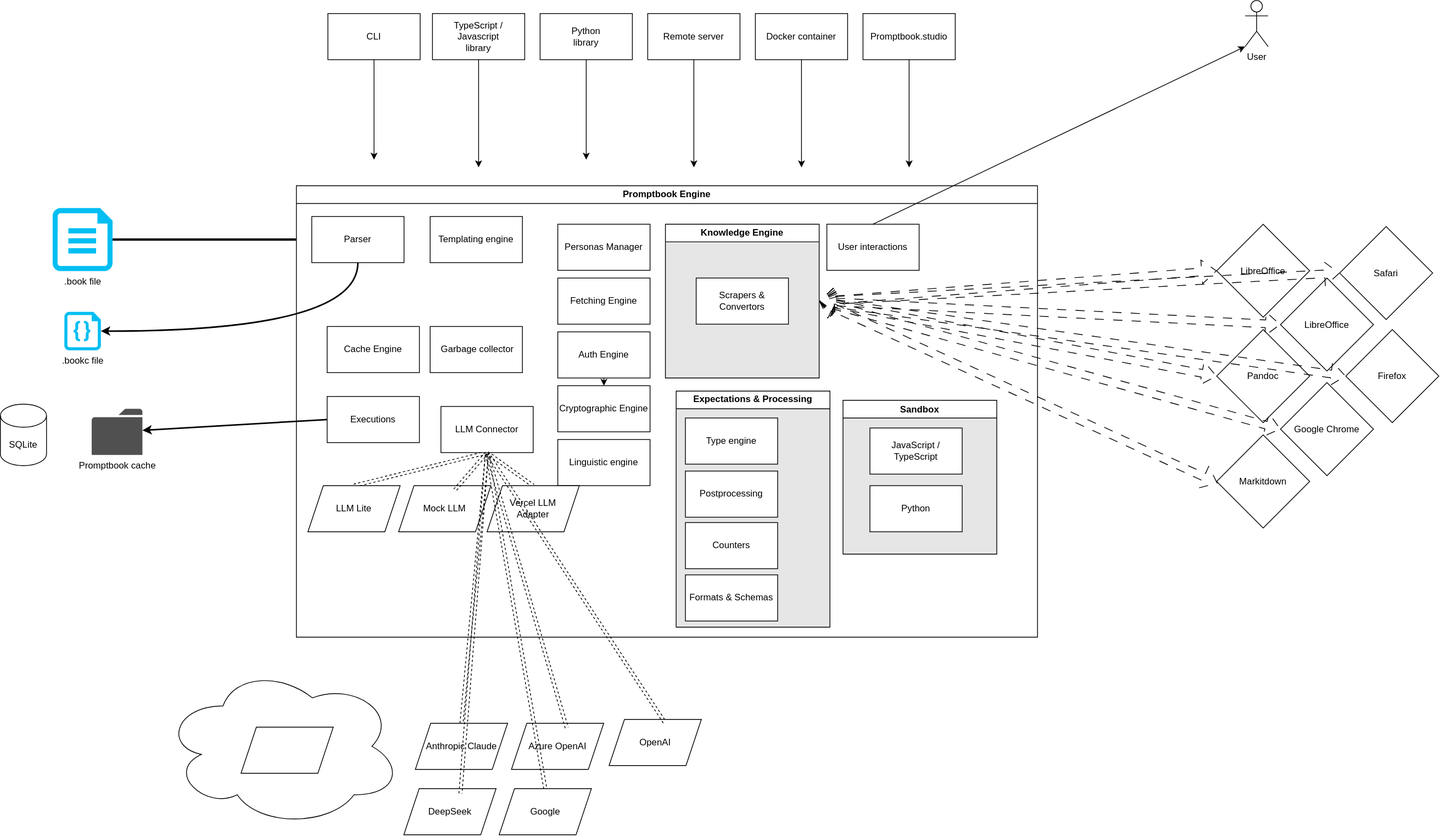
This is documents/promptbook-engine.svg from webgptorg/promptbook, a draw.io export, as it was before one commit. Source tidied: cells renumbered, new cells last; positions are measured from the earlier drawing's top-left corner, leaving out a move shared by most shapes.
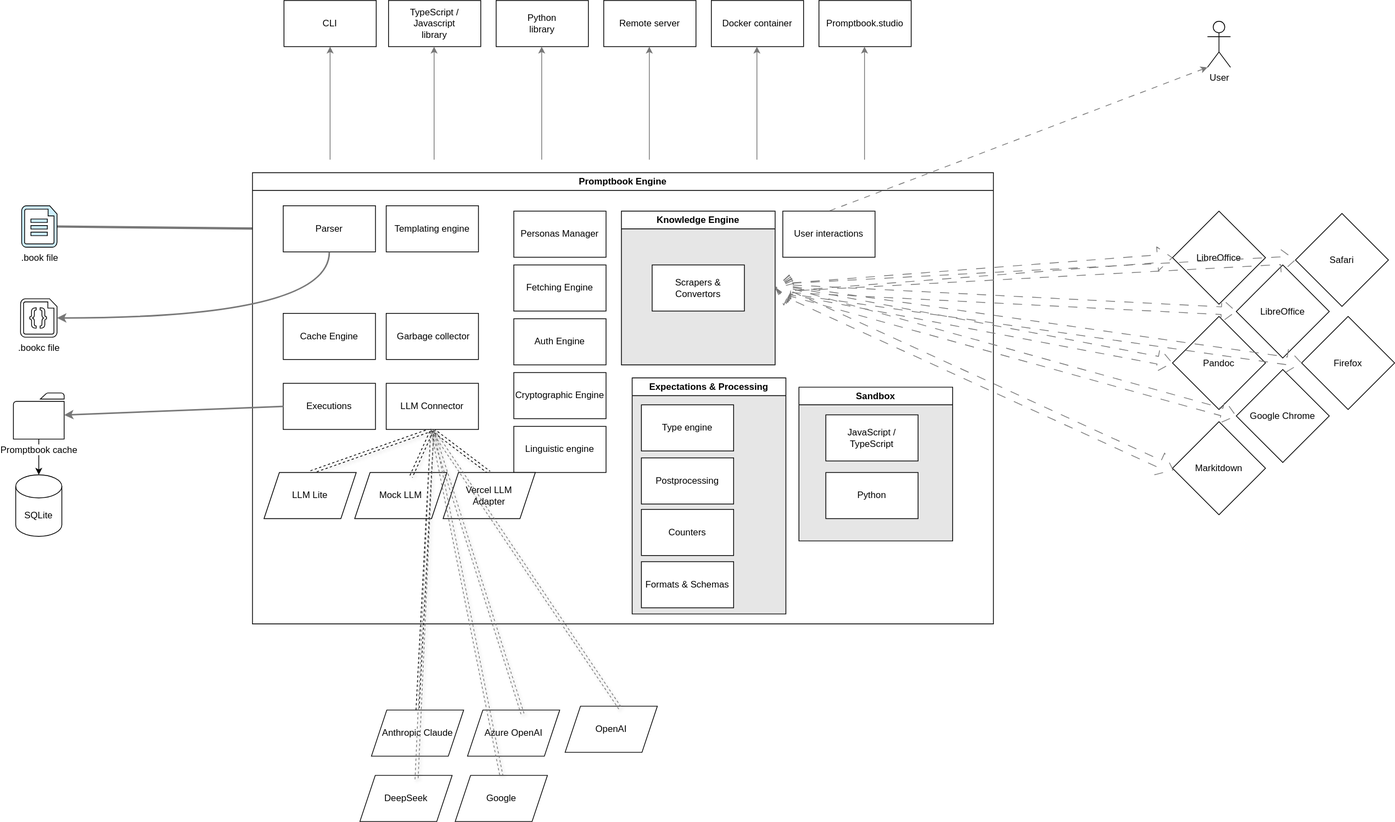
The same diagram one commit later.

Commit message:
Better engine diagram

Change to the diagram source:
```diff
@@ -4,16 +4,19 @@
     <mxCell id="1" parent="0" />
-    <mxCell id="2" value=".bookc file" style="verticalLabelPosition=bottom;html=1;verticalAlign=top;align=center;strokeColor=none;fillColor=#00BEF2;shape=mxgraph.azure.code_file;" parent="1" vertex="1">
+    <mxCell id="2" value=".bookc file" style="verticalLabelPosition=bottom;html=1;verticalAlign=top;align=center;shape=mxgraph.azure.code_file;strokeColor=default;fillColor=#FFFFFF;labelBackgroundColor=default;" parent="1" vertex="1">
       <mxGeometry x="83.2" y="405" width="47.5" height="50" as="geometry" />
     </mxCell>
-    <mxCell id="3" style="edgeStyle=none;html=1;exitX=1;exitY=0.5;exitDx=0;exitDy=0;exitPerimeter=0;entryX=0;entryY=0.5;entryDx=0;entryDy=0;strokeWidth=3;" parent="1" edge="1" source="4" target="8">
+    <mxCell id="3" style="edgeStyle=none;html=1;exitX=1;exitY=0.5;exitDx=0;exitDy=0;exitPerimeter=0;entryX=0;entryY=0.5;entryDx=0;entryDy=0;strokeWidth=3;strokeColor=#777777;" parent="1" edge="1" source="4" target="8">
       <mxGeometry relative="1" as="geometry" />
     </mxCell>
-    <mxCell id="4" value=".book file" style="verticalLabelPosition=bottom;html=1;verticalAlign=top;align=center;strokeColor=none;fillColor=#00BEF2;shape=mxgraph.azure.cloud_services_configuration_file;" parent="1" vertex="1">
-      <mxGeometry x="68" y="270" width="77.9" height="82" as="geometry" />
+    <mxCell id="4" value=".book file" style="verticalLabelPosition=bottom;html=1;verticalAlign=top;align=center;strokeColor=#000000;fillColor=#CEF0FF;shape=mxgraph.azure.cloud_services_configuration_file;labelBackgroundColor=default;" parent="1" vertex="1">
+      <mxGeometry x="84.7" y="284" width="46" height="54" as="geometry" />
     </mxCell>
+    <mxCell id="79" style="edgeStyle=none;html=1;labelBackgroundColor=default;" parent="1" edge="1" source="5" target="6">
+      <mxGeometry relative="1" as="geometry" />
+    </mxCell>
-    <mxCell id="5" value="Promptbook cache" style="shadow=0;dashed=0;html=1;strokeColor=none;fillColor=#505050;labelPosition=center;verticalLabelPosition=bottom;verticalAlign=top;outlineConnect=0;align=center;shape=mxgraph.office.concepts.folder;" parent="1" vertex="1">
-      <mxGeometry x="118.8" y="531" width="66" height="60" as="geometry" />
+    <mxCell id="5" value="Promptbook cache" style="shadow=0;dashed=0;html=1;strokeColor=default;fillColor=default;labelPosition=center;verticalLabelPosition=bottom;verticalAlign=top;outlineConnect=0;align=center;shape=mxgraph.office.concepts.folder;labelBackgroundColor=default;" parent="1" vertex="1">
+      <mxGeometry x="73.9" y="527.5" width="66" height="60" as="geometry" />
     </mxCell>
-    <mxCell id="6" value="SQLite" style="shape=cylinder3;whiteSpace=wrap;html=1;boundedLbl=1;backgroundOutline=1;size=15;" parent="1" vertex="1">
-      <mxGeometry y="525" width="60" height="80" as="geometry" />
+    <mxCell id="6" value="SQLite" style="shape=cylinder3;whiteSpace=wrap;html=1;boundedLbl=1;backgroundOutline=1;size=15;labelBackgroundColor=default;" parent="1" vertex="1">
+      <mxGeometry x="77" y="634" width="60" height="80" as="geometry" />
     </mxCell>
@@ -23,8 +26,8 @@
     <mxCell id="8" value="Parser" style="rounded=0;whiteSpace=wrap;html=1;" parent="7" vertex="1">
-      <mxGeometry x="20" y="40" width="120" height="60" as="geometry" />
+      <mxGeometry x="40" y="43" width="120" height="60" as="geometry" />
     </mxCell>
-    <mxCell id="9" style="html=1;exitX=0.5;exitY=1;exitDx=0;exitDy=0;entryX=0.5;entryY=0;entryDx=0;entryDy=0;dashed=1;shape=link;" parent="7" edge="1" source="11" target="27">
+    <mxCell id="9" style="html=1;exitX=0.5;exitY=1;exitDx=0;exitDy=0;entryX=0.5;entryY=0;entryDx=0;entryDy=0;dashed=1;shape=link;flowAnimation=1;shadow=1;" parent="7" edge="1" source="11" target="27">
       <mxGeometry relative="1" as="geometry" />
     </mxCell>
-    <mxCell id="10" style="html=1;exitX=0.5;exitY=1;exitDx=0;exitDy=0;entryX=0.5;entryY=0;entryDx=0;entryDy=0;dashed=1;shape=link;" parent="7" edge="1" source="11" target="29">
+    <mxCell id="10" style="html=1;exitX=0.5;exitY=1;exitDx=0;exitDy=0;entryX=0.5;entryY=0;entryDx=0;entryDy=0;dashed=1;shape=link;flowAnimation=1;shadow=1;" parent="7" edge="1" source="11" target="29">
       <mxGeometry relative="1" as="geometry" />
@@ -32,3 +35,3 @@
     <mxCell id="11" value="LLM Connector" style="rounded=0;whiteSpace=wrap;html=1;" parent="7" vertex="1">
-      <mxGeometry x="188" y="287" width="120" height="60" as="geometry" />
+      <mxGeometry x="174" y="274" width="120" height="60" as="geometry" />
     </mxCell>
@@ -37,3 +40,3 @@
     </mxCell>
-    <mxCell id="13" value="Scrapers &amp;amp; Convertors" style="rounded=0;whiteSpace=wrap;html=1;" parent="12" vertex="1">
+    <mxCell id="13" value="Scrapers &amp;amp; Convertors" style="rounded=0;whiteSpace=wrap;html=1;labelBackgroundColor=none;" parent="12" vertex="1">
       <mxGeometry x="40" y="70" width="120" height="60" as="geometry" />
@@ -46,5 +49,2 @@
     </mxCell>
-    <mxCell id="16" style="edgeStyle=none;html=1;" parent="7" edge="1" source="17" target="18">
-      <mxGeometry relative="1" as="geometry" />
-    </mxCell>
     <mxCell id="17" value="Auth Engine" style="rounded=0;whiteSpace=wrap;html=1;" parent="7" vertex="1">
@@ -65,3 +65,3 @@
     <mxCell id="22" value="Templating engine" style="rounded=0;whiteSpace=wrap;html=1;" parent="7" vertex="1">
-      <mxGeometry x="174" y="40" width="120" height="60" as="geometry" />
+      <mxGeometry x="174" y="43" width="120" height="60" as="geometry" />
     </mxCell>
@@ -106,3 +106,3 @@
     </mxCell>
-    <mxCell id="36" style="html=1;exitX=0.5;exitY=1;exitDx=0;exitDy=0;entryX=0.61;entryY=0.095;entryDx=0;entryDy=0;entryPerimeter=0;dashed=1;shape=link;" parent="7" edge="1" source="11" target="28">
+    <mxCell id="36" style="html=1;exitX=0.5;exitY=1;exitDx=0;exitDy=0;entryX=0.61;entryY=0.095;entryDx=0;entryDy=0;entryPerimeter=0;dashed=1;shape=link;flowAnimation=1;shadow=1;" parent="7" edge="1" source="11" target="28">
       <mxGeometry relative="1" as="geometry" />
@@ -112,8 +112,2 @@
     </mxCell>
-    <mxCell id="38" style="ellipse;shape=cloud;whiteSpace=wrap;html=1;" parent="1" vertex="1">
-      <mxGeometry x="212" y="865" width="310" height="210" as="geometry" />
-    </mxCell>
-    <mxCell id="39" style="shape=parallelogram;perimeter=parallelogramPerimeter;whiteSpace=wrap;html=1;fixedSize=1;" parent="1" vertex="1">
-      <mxGeometry x="313" y="945" width="120" height="60" as="geometry" />
-    </mxCell>
     <mxCell id="40" value="LibreOffice" style="rhombus;whiteSpace=wrap;html=1;" parent="1" vertex="1">
@@ -121,7 +115,2 @@
     </mxCell>
-    <mxCell id="41" style="edgeStyle=none;html=1;" parent="1" edge="1" source="42">
-      <mxGeometry relative="1" as="geometry">
-        <mxPoint x="622" y="217" as="targetPoint" />
-      </mxGeometry>
-    </mxCell>
     <mxCell id="42" value="TypeScript /&lt;br&gt;Javascript&lt;br&gt;library" style="rounded=0;whiteSpace=wrap;html=1;" parent="1" vertex="1">
@@ -129,7 +118,2 @@
     </mxCell>
-    <mxCell id="43" style="edgeStyle=none;html=1;exitX=0.5;exitY=1;exitDx=0;exitDy=0;" parent="1" edge="1" source="44">
-      <mxGeometry relative="1" as="geometry">
-        <mxPoint x="762" y="207" as="targetPoint" />
-      </mxGeometry>
-    </mxCell>
     <mxCell id="44" value="Python&lt;br&gt;library" style="rounded=0;whiteSpace=wrap;html=1;" parent="1" vertex="1">
@@ -137,7 +121,2 @@
     </mxCell>
-    <mxCell id="45" style="edgeStyle=none;html=1;exitX=0.5;exitY=1;exitDx=0;exitDy=0;" parent="1" edge="1" source="46">
-      <mxGeometry relative="1" as="geometry">
-        <mxPoint x="902" y="217" as="targetPoint" />
-      </mxGeometry>
-    </mxCell>
     <mxCell id="46" value="Remote server" style="rounded=0;whiteSpace=wrap;html=1;" parent="1" vertex="1">
@@ -145,7 +124,2 @@
     </mxCell>
-    <mxCell id="47" style="edgeStyle=none;html=1;exitX=0.5;exitY=1;exitDx=0;exitDy=0;" parent="1" edge="1" source="48">
-      <mxGeometry relative="1" as="geometry">
-        <mxPoint x="1042" y="217" as="targetPoint" />
-      </mxGeometry>
-    </mxCell>
     <mxCell id="48" value="Docker container" style="rounded=0;whiteSpace=wrap;html=1;" parent="1" vertex="1">
@@ -153,7 +127,2 @@
     </mxCell>
-    <mxCell id="49" style="edgeStyle=none;html=1;exitX=0.5;exitY=1;exitDx=0;exitDy=0;" parent="1" edge="1" source="50">
-      <mxGeometry relative="1" as="geometry">
-        <mxPoint x="1182" y="217" as="targetPoint" />
-      </mxGeometry>
-    </mxCell>
     <mxCell id="50" value="Promptbook.studio" style="rounded=0;whiteSpace=wrap;html=1;" parent="1" vertex="1">
@@ -161,11 +130,11 @@
     </mxCell>
-    <mxCell id="51" style="html=1;entryX=0;entryY=0.5;entryDx=0;entryDy=0;strokeColor=default;rounded=1;shape=flexArrow;exitX=1;exitY=0.5;exitDx=0;exitDy=0;endArrow=block;startArrow=block;dashed=1;dashPattern=12 12;" parent="1" edge="1" source="12" target="40">
+    <mxCell id="51" style="html=1;entryX=0;entryY=0.5;entryDx=0;entryDy=0;strokeColor=#777777;rounded=1;shape=flexArrow;exitX=1;exitY=0.5;exitDx=0;exitDy=0;endArrow=block;startArrow=block;dashed=1;dashPattern=12 12;flowAnimation=1;" parent="1" edge="1" source="12" target="40">
       <mxGeometry relative="1" as="geometry" />
     </mxCell>
-    <mxCell id="52" value="User" style="shape=umlActor;verticalLabelPosition=bottom;verticalAlign=top;html=1;outlineConnect=0;" parent="1" vertex="1">
-      <mxGeometry x="1619" width="30" height="60" as="geometry" />
+    <mxCell id="52" value="User" style="shape=umlActor;verticalLabelPosition=bottom;verticalAlign=top;html=1;outlineConnect=0;labelBackgroundColor=default;textShadow=0;" parent="1" vertex="1">
+      <mxGeometry x="1627.5" y="44" width="30" height="60" as="geometry" />
     </mxCell>
-    <mxCell id="53" style="edgeStyle=none;html=1;exitX=0.5;exitY=1;exitDx=0;exitDy=0;" parent="1" edge="1" source="54">
+    <mxCell id="53" style="edgeStyle=none;html=1;entryX=0.5;entryY=1;entryDx=0;entryDy=0;shadow=0;flowAnimation=0;jumpStyle=none;fillColor=#dae8fc;strokeColor=#777777;" parent="1" edge="1" target="54">
       <mxGeometry relative="1" as="geometry">
-        <mxPoint x="486" y="207" as="targetPoint" />
+        <mxPoint x="486" y="224" as="sourcePoint" />
       </mxGeometry>
@@ -175,3 +144,3 @@
     </mxCell>
-    <mxCell id="55" style="edgeStyle=none;html=1;exitX=0.5;exitY=0;exitDx=0;exitDy=0;entryX=0;entryY=1;entryDx=0;entryDy=0;entryPerimeter=0;" parent="1" edge="1" source="23" target="52">
+    <mxCell id="55" style="edgeStyle=none;html=1;exitX=0.5;exitY=0;exitDx=0;exitDy=0;entryX=0;entryY=1;entryDx=0;entryDy=0;entryPerimeter=0;flowAnimation=1;strokeColor=#777777;" parent="1" edge="1" source="23" target="52">
       <mxGeometry relative="1" as="geometry" />
@@ -196,18 +165,18 @@
     </mxCell>
-    <mxCell id="62" style="html=1;exitX=1;exitY=0.5;exitDx=0;exitDy=0;entryX=0;entryY=0.5;entryDx=0;entryDy=0;shape=flexArrow;endArrow=block;startArrow=block;dashed=1;dashPattern=12 12;" parent="1" edge="1" source="12" target="58">
+    <mxCell id="62" style="html=1;exitX=1;exitY=0.5;exitDx=0;exitDy=0;entryX=0;entryY=0.5;entryDx=0;entryDy=0;shape=flexArrow;endArrow=block;startArrow=block;dashed=1;dashPattern=12 12;flowAnimation=1;strokeColor=#777777;" parent="1" edge="1" source="12" target="58">
       <mxGeometry relative="1" as="geometry" />
     </mxCell>
-    <mxCell id="63" style="html=1;exitX=1;exitY=0.5;exitDx=0;exitDy=0;entryX=0;entryY=0.5;entryDx=0;entryDy=0;shape=flexArrow;endArrow=block;startArrow=block;dashed=1;dashPattern=12 12;" parent="1" edge="1" source="12" target="61">
+    <mxCell id="63" style="html=1;exitX=1;exitY=0.5;exitDx=0;exitDy=0;entryX=0;entryY=0.5;entryDx=0;entryDy=0;shape=flexArrow;endArrow=block;startArrow=block;dashed=1;dashPattern=12 12;flowAnimation=1;strokeColor=#777777;" parent="1" edge="1" source="12" target="61">
       <mxGeometry relative="1" as="geometry" />
     </mxCell>
-    <mxCell id="64" style="html=1;exitX=1;exitY=0.5;exitDx=0;exitDy=0;entryX=0;entryY=0.5;entryDx=0;entryDy=0;shape=flexArrow;endArrow=block;startArrow=block;dashed=1;dashPattern=12 12;" parent="1" edge="1" source="12" target="60">
+    <mxCell id="64" style="html=1;exitX=1;exitY=0.5;exitDx=0;exitDy=0;entryX=0;entryY=0.5;entryDx=0;entryDy=0;shape=flexArrow;endArrow=block;startArrow=block;dashed=1;dashPattern=12 12;flowAnimation=1;strokeColor=#777777;" parent="1" edge="1" source="12" target="60">
       <mxGeometry relative="1" as="geometry" />
     </mxCell>
-    <mxCell id="65" style="html=1;exitX=1;exitY=0.5;exitDx=0;exitDy=0;entryX=0;entryY=0.5;entryDx=0;entryDy=0;shape=flexArrow;endArrow=block;startArrow=block;dashed=1;dashPattern=12 12;" parent="1" edge="1" source="12" target="56">
+    <mxCell id="65" style="html=1;exitX=1;exitY=0.5;exitDx=0;exitDy=0;entryX=0;entryY=0.5;entryDx=0;entryDy=0;shape=flexArrow;endArrow=block;startArrow=block;dashed=1;dashPattern=12 12;flowAnimation=1;strokeColor=#777777;" parent="1" edge="1" source="12" target="56">
       <mxGeometry relative="1" as="geometry" />
     </mxCell>
-    <mxCell id="66" style="html=1;exitX=1;exitY=0.5;exitDx=0;exitDy=0;entryX=0;entryY=0.5;entryDx=0;entryDy=0;shape=flexArrow;endArrow=block;startArrow=block;dashed=1;dashPattern=12 12;" parent="1" edge="1" source="12" target="59">
+    <mxCell id="66" style="html=1;exitX=1;exitY=0.5;exitDx=0;exitDy=0;entryX=0;entryY=0.5;entryDx=0;entryDy=0;shape=flexArrow;endArrow=block;startArrow=block;dashed=1;dashPattern=12 12;flowAnimation=1;strokeColor=#777777;" parent="1" edge="1" source="12" target="59">
       <mxGeometry relative="1" as="geometry" />
     </mxCell>
-    <mxCell id="67" style="html=1;exitX=1;exitY=0.5;exitDx=0;exitDy=0;entryX=0.009;entryY=0.52;entryDx=0;entryDy=0;entryPerimeter=0;shape=flexArrow;endArrow=block;startArrow=block;dashed=1;dashPattern=12 12;" parent="1" edge="1" source="12" target="57">
+    <mxCell id="67" style="html=1;exitX=1;exitY=0.5;exitDx=0;exitDy=0;entryX=0.009;entryY=0.52;entryDx=0;entryDy=0;entryPerimeter=0;shape=flexArrow;endArrow=block;startArrow=block;dashed=1;dashPattern=12 12;flowAnimation=1;strokeColor=#777777;" parent="1" edge="1" source="12" target="57">
       <mxGeometry relative="1" as="geometry" />
@@ -226,6 +195,6 @@
     </mxCell>
-    <mxCell id="72" style="edgeStyle=orthogonalEdgeStyle;html=1;exitX=0.5;exitY=1;exitDx=0;exitDy=0;entryX=1;entryY=0.5;entryDx=0;entryDy=0;entryPerimeter=0;curved=1;strokeWidth=2;" parent="1" edge="1" source="8" target="2">
+    <mxCell id="72" style="edgeStyle=orthogonalEdgeStyle;html=1;exitX=0.5;exitY=1;exitDx=0;exitDy=0;entryX=1;entryY=0.5;entryDx=0;entryDy=0;entryPerimeter=0;curved=1;strokeWidth=2;strokeColor=#777777;" parent="1" edge="1" source="8" target="2">
       <mxGeometry relative="1" as="geometry" />
     </mxCell>
-    <mxCell id="73" style="edgeStyle=none;html=1;exitX=0;exitY=0.5;exitDx=0;exitDy=0;strokeWidth=2;" parent="1" edge="1" source="35" target="5">
+    <mxCell id="73" style="edgeStyle=none;html=1;exitX=0;exitY=0.5;exitDx=0;exitDy=0;strokeWidth=2;strokeColor=#777777;" parent="1" edge="1" source="35" target="5">
       <mxGeometry relative="1" as="geometry" />
@@ -235,14 +204,44 @@
     </mxCell>
-    <mxCell id="75" style="html=1;exitX=0.5;exitY=1;exitDx=0;exitDy=0;entryX=0.599;entryY=0.097;entryDx=0;entryDy=0;entryPerimeter=0;dashed=1;shape=link;" parent="1" edge="1" source="11" target="68">
+    <mxCell id="75" style="html=1;exitX=0.5;exitY=1;exitDx=0;exitDy=0;entryX=0.599;entryY=0.097;entryDx=0;entryDy=0;entryPerimeter=0;dashed=1;shape=link;flowAnimation=1;shadow=1;strokeColor=#777777;" parent="1" edge="1" source="11" target="68">
       <mxGeometry relative="1" as="geometry" />
     </mxCell>
-    <mxCell id="76" style="html=1;exitX=0.5;exitY=1;exitDx=0;exitDy=0;entryX=0.601;entryY=0.059;entryDx=0;entryDy=0;entryPerimeter=0;dashed=1;shape=link;" parent="1" edge="1" source="11" target="69">
+    <mxCell id="76" style="html=1;exitX=0.5;exitY=1;exitDx=0;exitDy=0;entryX=0.601;entryY=0.059;entryDx=0;entryDy=0;entryPerimeter=0;dashed=1;shape=link;flowAnimation=1;shadow=1;strokeColor=#777777;" parent="1" edge="1" source="11" target="69">
       <mxGeometry relative="1" as="geometry" />
     </mxCell>
-    <mxCell id="77" style="html=1;exitX=0.5;exitY=1;exitDx=0;exitDy=0;entryX=0.614;entryY=0.105;entryDx=0;entryDy=0;entryPerimeter=0;dashed=1;shape=link;" parent="1" edge="1" source="11" target="70">
+    <mxCell id="77" style="html=1;exitX=0.5;exitY=1;exitDx=0;exitDy=0;entryX=0.614;entryY=0.105;entryDx=0;entryDy=0;entryPerimeter=0;dashed=1;shape=link;flowAnimation=1;shadow=1;strokeColor=#777777;" parent="1" edge="1" source="11" target="70">
       <mxGeometry relative="1" as="geometry" />
     </mxCell>
-    <mxCell id="78" style="html=1;exitX=0.5;exitY=1;exitDx=0;exitDy=0;entryX=0.5;entryY=0;entryDx=0;entryDy=0;dashed=1;shape=link;" parent="1" edge="1" source="11" target="71">
+    <mxCell id="78" style="html=1;exitX=0.5;exitY=1;exitDx=0;exitDy=0;entryX=0.5;entryY=0;entryDx=0;entryDy=0;dashed=1;shape=link;flowAnimation=1;shadow=1;strokeColor=#777777;" parent="1" edge="1" source="11" target="71">
       <mxGeometry relative="1" as="geometry" />
     </mxCell>
+    <mxCell id="80" style="edgeStyle=none;html=1;entryX=0.5;entryY=1;entryDx=0;entryDy=0;jumpStyle=none;shadow=0;fillColor=#dae8fc;strokeColor=#777777;" parent="1" edge="1">
+      <mxGeometry relative="1" as="geometry">
+        <mxPoint x="621.3" y="224" as="sourcePoint" />
+        <mxPoint x="621.3" y="77" as="targetPoint" />
+      </mxGeometry>
+    </mxCell>
+    <mxCell id="81" style="edgeStyle=none;html=1;entryX=0.5;entryY=1;entryDx=0;entryDy=0;jumpStyle=none;shadow=0;fillColor=#dae8fc;strokeColor=#777777;" parent="1" edge="1">
+      <mxGeometry relative="1" as="geometry">
+        <mxPoint x="761.3" y="224" as="sourcePoint" />
+        <mxPoint x="761.3" y="77" as="targetPoint" />
+      </mxGeometry>
+    </mxCell>
+    <mxCell id="82" style="edgeStyle=none;html=1;entryX=0.5;entryY=1;entryDx=0;entryDy=0;jumpStyle=none;shadow=0;fillColor=#dae8fc;strokeColor=#777777;" parent="1" edge="1">
+      <mxGeometry relative="1" as="geometry">
+        <mxPoint x="901.3" y="224" as="sourcePoint" />
+        <mxPoint x="901.3" y="77" as="targetPoint" />
+      </mxGeometry>
+    </mxCell>
+    <mxCell id="83" style="edgeStyle=none;html=1;entryX=0.5;entryY=1;entryDx=0;entryDy=0;jumpStyle=none;shadow=0;fillColor=#dae8fc;strokeColor=#777777;" parent="1" edge="1">
+      <mxGeometry relative="1" as="geometry">
+        <mxPoint x="1041.3" y="224" as="sourcePoint" />
+        <mxPoint x="1041.3" y="77" as="targetPoint" />
+      </mxGeometry>
+    </mxCell>
+    <mxCell id="84" style="edgeStyle=none;html=1;entryX=0.5;entryY=1;entryDx=0;entryDy=0;jumpStyle=none;shadow=0;fillColor=#dae8fc;strokeColor=#777777;" parent="1" edge="1">
+      <mxGeometry relative="1" as="geometry">
+        <mxPoint x="1181.3" y="224" as="sourcePoint" />
+        <mxPoint x="1181.3" y="77" as="targetPoint" />
+      </mxGeometry>
+    </mxCell>
   </root>
```
